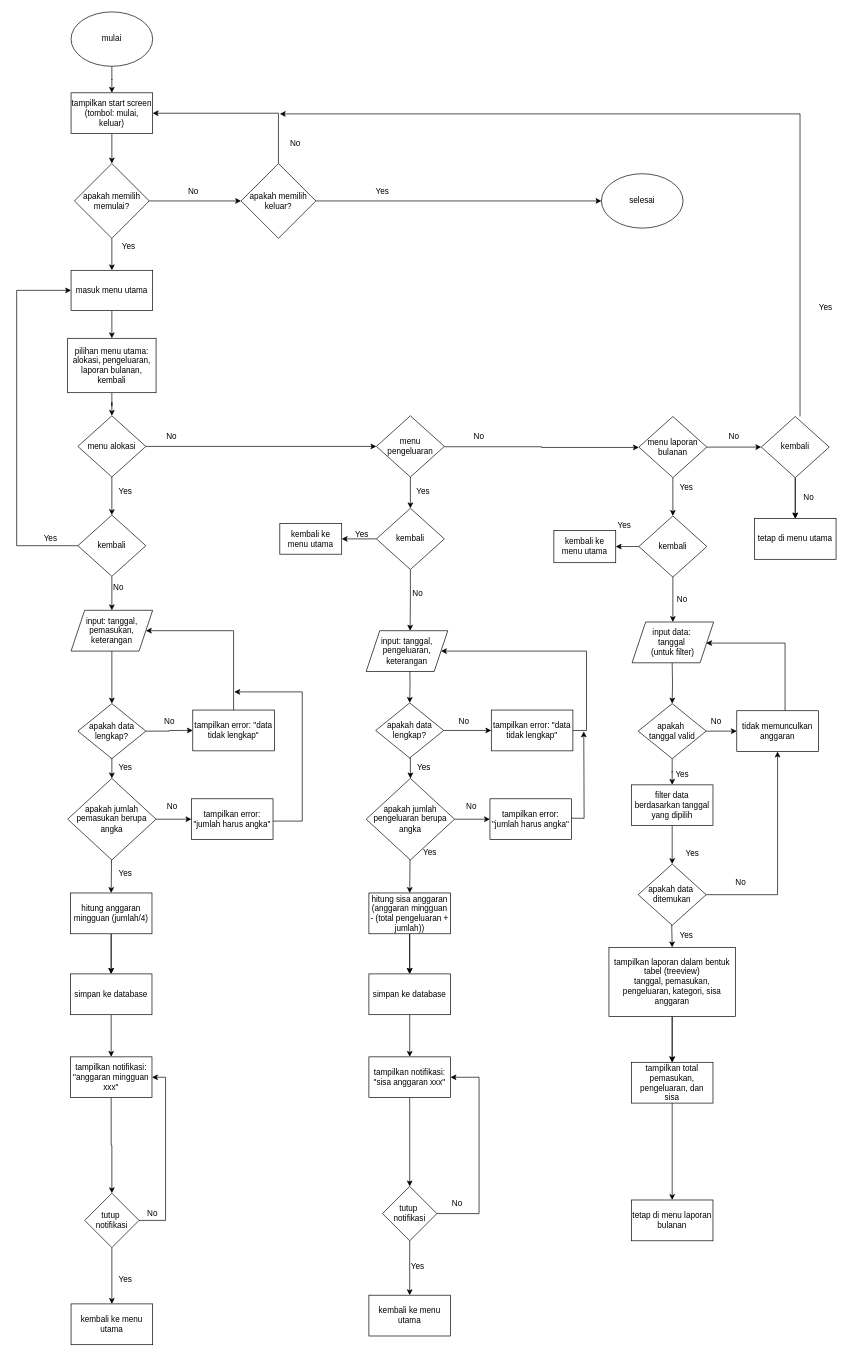
Earlier version of the draw.io diagram Untitled Diagram.drawio (rinkaamelia/Kelompok-5-Sistem-Pencatat-Pengeluaran-Harian). Source tidied: cells renumbered, new cells numbered last; positions are measured from the earlier drawing's top-left corner, leaving out a move shared by most shapes. Both pictures are drawn from the tidied source at 68%, with x=0, y=0 at pixel (16, 12).
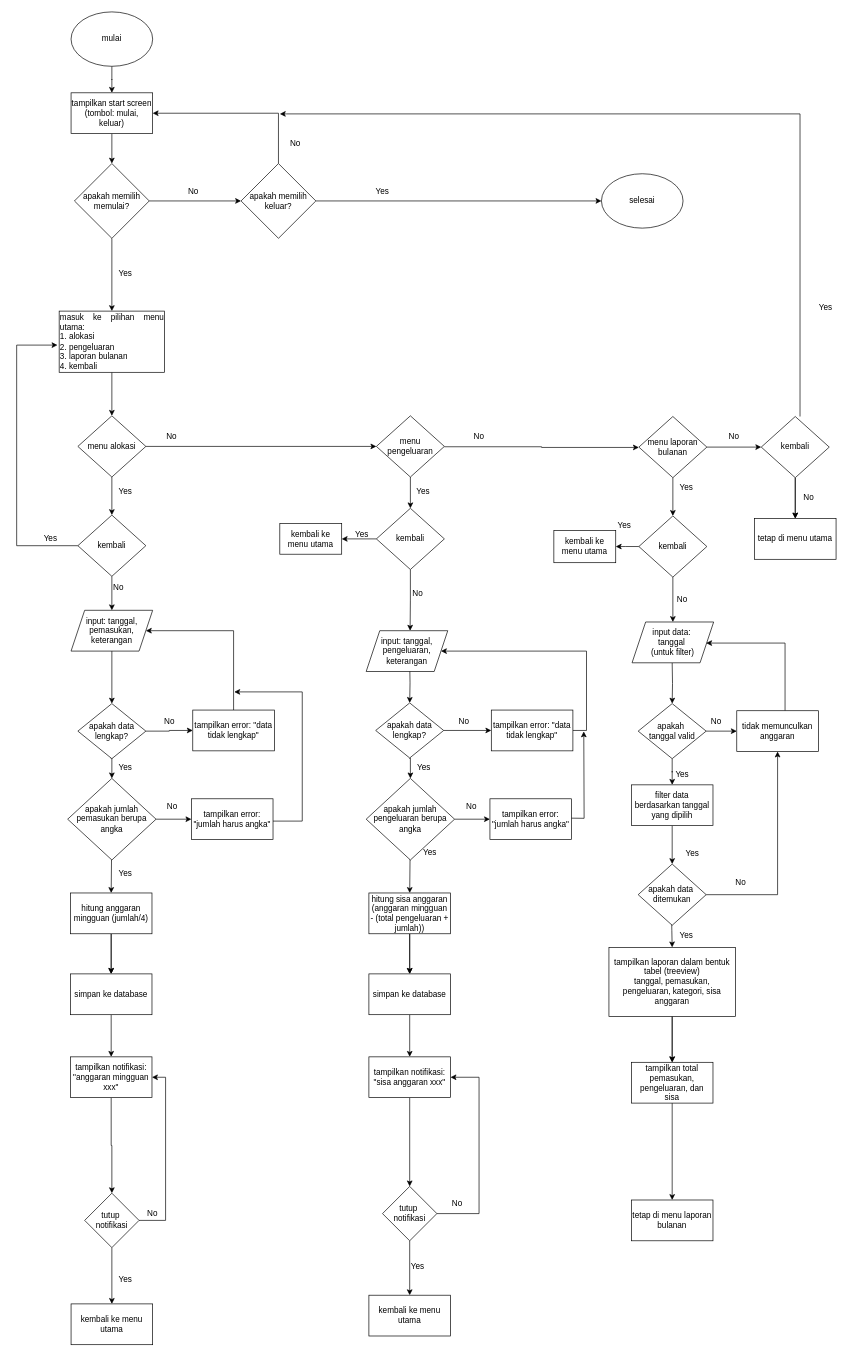
Above is the later version.

Unchanged cells that the change refers to:
```xml
<mxCell id="8" value="apakah memilih memulai?" style="rhombus;whiteSpace=wrap;html=1;" parent="1" vertex="1">
  <mxGeometry x="85" y="223" width="110" height="110" as="geometry" />
</mxCell>
<mxCell id="109" value="kembali" style="rhombus;whiteSpace=wrap;html=1;shadow=0;" parent="1" vertex="1">
  <mxGeometry x="90" y="740" width="100" height="90" as="geometry" />
</mxCell>
```

Change to the diagram source:
```diff
@@
-    <mxCell id="6" style="edgeStyle=orthogonalEdgeStyle;rounded=0;jettySize=auto;html=1;" parent="1" edge="1" source="8" target="10">
-      <mxGeometry relative="1" as="geometry" />
-    </mxCell>
@@
+    <mxCell id="141" style="edgeStyle=orthogonalEdgeStyle;rounded=0;jettySize=auto;html=1;entryX=0.5;entryY=0;entryDx=0;entryDy=0;" parent="1" edge="1" source="8" target="12">
+      <mxGeometry relative="1" as="geometry" />
+    </mxCell>
@@
-    <mxCell id="9" style="edgeStyle=orthogonalEdgeStyle;rounded=0;jettySize=auto;html=1;" parent="1" edge="1" source="10" target="12">
-      <mxGeometry relative="1" as="geometry" />
-    </mxCell>
-    <mxCell id="10" value="masuk menu utama" style="whiteSpace=wrap;html=1;" parent="1" vertex="1">
-      <mxGeometry x="80" y="380" width="120" height="59" as="geometry" />
-    </mxCell>
@@
-    <mxCell id="12" value="pilihan menu utama:&lt;div&gt;alokasi, pengeluaran, laporan bulanan, kembali&lt;/div&gt;" style="whiteSpace=wrap;html=1;" parent="1" vertex="1">
-      <mxGeometry x="75" y="480" width="130" height="80" as="geometry" />
+    <mxCell id="12" value="&lt;div style=&quot;text-align: justify;&quot;&gt;&lt;span style=&quot;background-color: initial;&quot;&gt;masuk ke pilihan menu utama:&lt;/span&gt;&lt;/div&gt;&lt;div style=&quot;text-align: justify;&quot;&gt;1. alokasi&lt;/div&gt;&lt;div style=&quot;text-align: justify;&quot;&gt;2. pengeluaran&amp;nbsp;&lt;/div&gt;&lt;div style=&quot;text-align: justify;&quot;&gt;3. laporan bulanan&amp;nbsp;&lt;/div&gt;&lt;div style=&quot;text-align: justify;&quot;&gt;4. kembali&lt;/div&gt;" style="whiteSpace=wrap;html=1;" parent="1" vertex="1">
+      <mxGeometry x="62.5" y="440" width="155" height="90" as="geometry" />
     </mxCell>
@@
     <mxCell id="82" value="Yes" style="text;strokeColor=none;align=center;fillColor=none;html=1;verticalAlign=middle;whiteSpace=wrap;rounded=0;" parent="1" vertex="1">
-      <mxGeometry x="135" y="330" width="60" height="30" as="geometry" />
+      <mxGeometry x="130" y="370" width="60" height="30" as="geometry" />
     </mxCell>
@@
-    <mxCell id="107" style="edgeStyle=orthogonalEdgeStyle;rounded=0;jettySize=auto;html=1;entryX=0;entryY=0.5;entryDx=0;entryDy=0;" parent="1" edge="1" source="109" target="10">
+    <mxCell id="107" style="edgeStyle=orthogonalEdgeStyle;rounded=0;jettySize=auto;html=1;" parent="1" edge="1" source="109">
       <mxGeometry relative="1" as="geometry">
+        <mxPoint x="60" y="490" as="targetPoint" />
         <Array as="points">
           <mxPoint y="785" />
-          <mxPoint y="409" />
+          <mxPoint y="490" />
         </Array>
       </mxGeometry>
     </mxCell>
```
